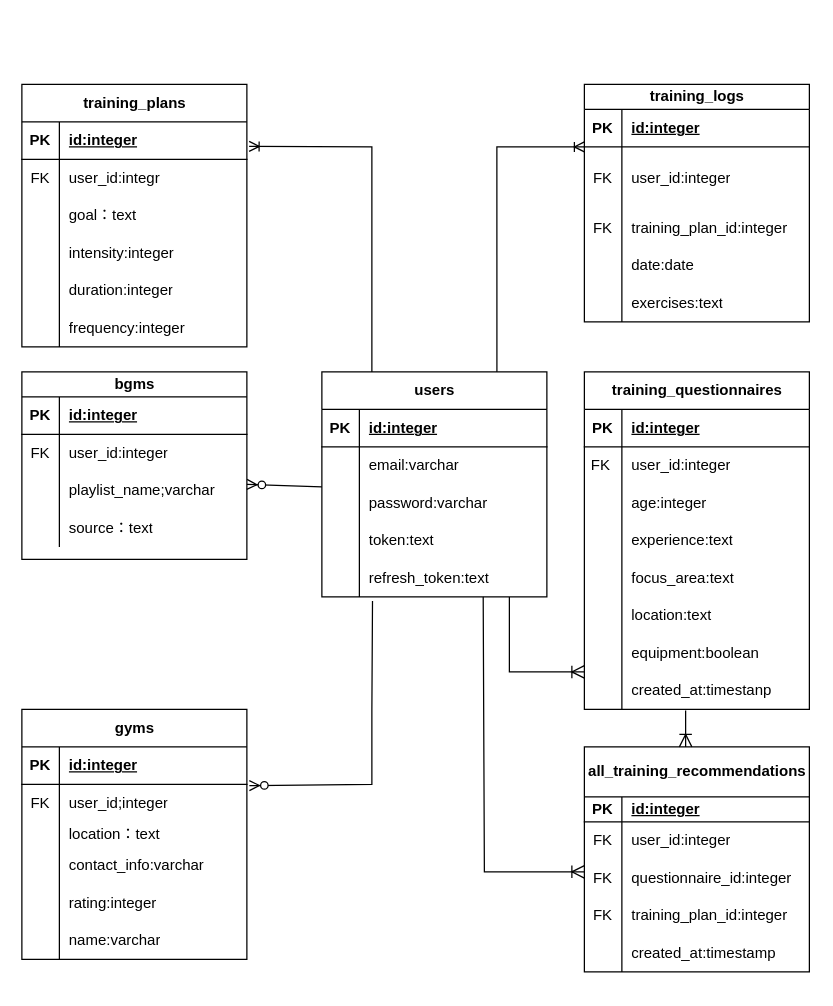
This is 名称未設定ファイル.drawio from yoshihiro1019/FitAIPlanner, a draw.io file, before an edit. Source tidied: cells renumbered, new cells numbered last; positions are measured from the earlier drawing's top-left corner, leaving out a move shared by most shapes. Both pictures are drawn from the tidied source at 125%, with x=0, y=0 at pixel (21, 84).
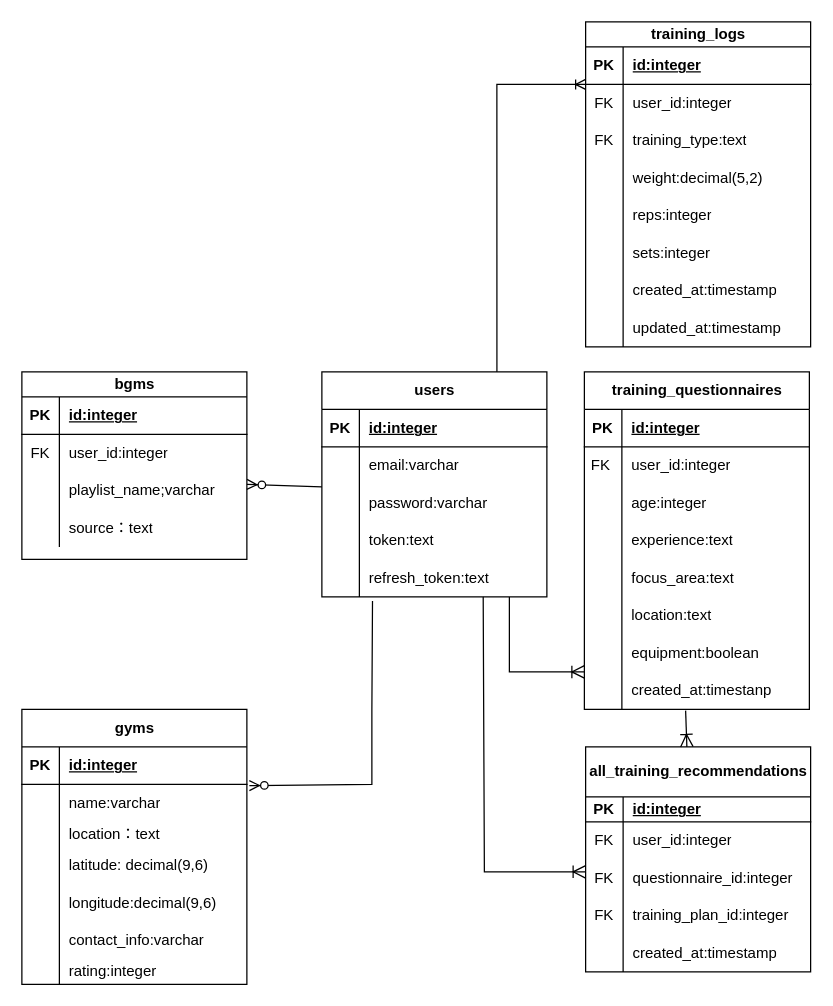
The same diagram, later.

Commit message (it also covers changes not shown here):
名称未設定ファイル.drawio を更新します

The change refers to these unchanged cells:
```xml
<mxCell id="54" style="shape=tableRow;horizontal=0;startSize=0;swimlaneHead=0;swimlaneBody=0;fillColor=none;points=[[0,0.5],[1,0.5]];portConstraint=eastwest;top=0;left=0;right=0;bottom=0;" parent="50" vertex="1">
  <mxGeometry y="60" width="180" height="30" as="geometry" />
</mxCell>
<mxCell id="60" style="shape=tableRow;horizontal=0;startSize=0;swimlaneHead=0;swimlaneBody=0;fillColor=none;top=0;left=0;right=0;bottom=0;" parent="50" vertex="1">
  <mxGeometry y="110" width="180" height="30" as="geometry" />
</mxCell>
<mxCell id="63" style="shape=tableRow;horizontal=0;startSize=0;swimlaneHead=0;swimlaneBody=0;fillColor=none;top=0;left=0;right=0;bottom=0;" parent="50" vertex="1">
  <mxGeometry y="140" width="180" height="30" as="geometry" />
</mxCell>
<mxCell id="66" style="shape=tableRow;horizontal=0;startSize=0;swimlaneHead=0;swimlaneBody=0;fillColor=none;top=0;left=0;right=0;bottom=0;" parent="50" vertex="1">
  <mxGeometry y="170" width="180" height="30" as="geometry" />
</mxCell>
<mxCell id="114" value="users" style="shape=table;startSize=30;childLayout=tableLayout;rowLines=0;fontStyle=1;align=center;html=1;" parent="1" vertex="1">
  <mxGeometry x="240" y="230" width="180" height="180" as="geometry" />
</mxCell>
```

Change to the diagram source:
```diff
@@
-    <mxCell id="2" value="training_plans" style="shape=table;startSize=30;childLayout=tableLayout;rowLines=0;fontStyle=1;align=center;html=1;" parent="1" vertex="1">
-      <mxGeometry width="180" height="210" as="geometry" />
-    </mxCell>
-    <mxCell id="3" style="shape=tableRow;horizontal=0;startSize=0;swimlaneHead=0;swimlaneBody=0;fillColor=none;points=[[0,0.5],[1,0.5]];portConstraint=eastwest;top=0;left=0;right=0;bottom=1;" parent="2" vertex="1">
-      <mxGeometry y="30" width="180" height="30" as="geometry" />
-    </mxCell>
-    <mxCell id="4" value="PK" style="shape=partialRectangle;fillColor=none;top=0;left=0;bottom=0;right=0;fontStyle=1;overflow=hidden;whiteSpace=wrap;html=1;" parent="3" vertex="1">
-      <mxGeometry width="30" height="30" as="geometry" />
-    </mxCell>
-    <mxCell id="5" value="id:integer" style="shape=partialRectangle;fillColor=none;top=0;left=0;bottom=0;right=0;align=left;spacingLeft=6;fontStyle=5;overflow=hidden;whiteSpace=wrap;html=1;" parent="3" vertex="1">
-      <mxGeometry x="30" width="150" height="30" as="geometry" />
-    </mxCell>
-    <mxCell id="6" style="shape=tableRow;horizontal=0;startSize=0;swimlaneHead=0;swimlaneBody=0;fillColor=none;top=0;left=0;right=0;bottom=0;" parent="2" vertex="1">
-      <mxGeometry y="60" width="180" height="30" as="geometry" />
-    </mxCell>
-    <mxCell id="7" value="FK" style="shape=partialRectangle;fillColor=none;top=0;left=0;bottom=0;right=0;overflow=hidden;whiteSpace=wrap;html=1;" parent="6" vertex="1">
-      <mxGeometry width="30" height="30" as="geometry" />
-    </mxCell>
-    <mxCell id="8" value="user_id:integr" style="shape=partialRectangle;fillColor=none;top=0;left=0;bottom=0;right=0;align=left;spacingLeft=6;overflow=hidden;whiteSpace=wrap;html=1;" parent="6" vertex="1">
-      <mxGeometry x="30" width="150" height="30" as="geometry" />
-    </mxCell>
-    <mxCell id="9" style="shape=tableRow;horizontal=0;startSize=0;swimlaneHead=0;swimlaneBody=0;fillColor=none;top=0;left=0;right=0;bottom=0;" parent="2" vertex="1">
-      <mxGeometry y="90" width="180" height="30" as="geometry" />
-    </mxCell>
-    <mxCell id="10" style="shape=partialRectangle;fillColor=none;top=0;left=0;bottom=0;right=0;overflow=hidden;whiteSpace=wrap;html=1;" parent="9" vertex="1">
-      <mxGeometry width="30" height="30" as="geometry" />
-    </mxCell>
-    <mxCell id="11" value="goal：text" style="shape=partialRectangle;fillColor=none;top=0;left=0;bottom=0;right=0;align=left;spacingLeft=6;overflow=hidden;whiteSpace=wrap;html=1;" parent="9" vertex="1">
-      <mxGeometry x="30" width="150" height="30" as="geometry" />
-    </mxCell>
-    <mxCell id="12" style="shape=tableRow;horizontal=0;startSize=0;swimlaneHead=0;swimlaneBody=0;fillColor=none;top=0;left=0;right=0;bottom=0;" parent="2" vertex="1">
-      <mxGeometry y="120" width="180" height="30" as="geometry" />
-    </mxCell>
-    <mxCell id="13" style="shape=partialRectangle;fillColor=none;top=0;left=0;bottom=0;right=0;overflow=hidden;whiteSpace=wrap;html=1;" parent="12" vertex="1">
-      <mxGeometry width="30" height="30" as="geometry" />
-    </mxCell>
-    <mxCell id="14" value="intensity:integer" style="shape=partialRectangle;fillColor=none;top=0;left=0;bottom=0;right=0;align=left;spacingLeft=6;overflow=hidden;whiteSpace=wrap;html=1;" parent="12" vertex="1">
-      <mxGeometry x="30" width="150" height="30" as="geometry" />
-    </mxCell>
-    <mxCell id="15" style="shape=tableRow;horizontal=0;startSize=0;swimlaneHead=0;swimlaneBody=0;fillColor=none;top=0;left=0;right=0;bottom=0;" parent="2" vertex="1">
-      <mxGeometry y="150" width="180" height="30" as="geometry" />
-    </mxCell>
-    <mxCell id="16" style="shape=partialRectangle;fillColor=none;top=0;left=0;bottom=0;right=0;overflow=hidden;whiteSpace=wrap;html=1;" parent="15" vertex="1">
-      <mxGeometry width="30" height="30" as="geometry" />
-    </mxCell>
-    <mxCell id="17" value="duration:integer" style="shape=partialRectangle;fillColor=none;top=0;left=0;bottom=0;right=0;align=left;spacingLeft=6;overflow=hidden;whiteSpace=wrap;html=1;" parent="15" vertex="1">
-      <mxGeometry x="30" width="150" height="30" as="geometry" />
-    </mxCell>
-    <mxCell id="18" style="shape=tableRow;horizontal=0;startSize=0;swimlaneHead=0;swimlaneBody=0;fillColor=none;top=0;left=0;right=0;bottom=0;" parent="2" vertex="1">
-      <mxGeometry y="180" width="180" height="30" as="geometry" />
-    </mxCell>
-    <mxCell id="19" style="shape=partialRectangle;fillColor=none;top=0;left=0;bottom=0;right=0;overflow=hidden;whiteSpace=wrap;html=1;" parent="18" vertex="1">
-      <mxGeometry width="30" height="30" as="geometry" />
-    </mxCell>
-    <mxCell id="20" value="frequency:integer" style="shape=partialRectangle;fillColor=none;top=0;left=0;bottom=0;right=0;align=left;spacingLeft=6;overflow=hidden;whiteSpace=wrap;html=1;" parent="18" vertex="1">
-      <mxGeometry x="30" width="150" height="30" as="geometry" />
-    </mxCell>
-    <mxCell id="21" value="training_logs" style="shape=table;startSize=20;childLayout=tableLayout;rowLines=0;fontStyle=1;align=center;html=1;" parent="1" vertex="1">
-      <mxGeometry x="450" width="180" height="190" as="geometry" />
-    </mxCell>
-    <mxCell id="22" style="shape=tableRow;horizontal=0;startSize=0;swimlaneHead=0;swimlaneBody=0;fillColor=none;top=0;left=0;right=0;bottom=1;" parent="21" vertex="1">
-      <mxGeometry y="20" width="180" height="30" as="geometry" />
-    </mxCell>
-    <mxCell id="23" value="PK" style="shape=partialRectangle;fillColor=none;top=0;left=0;bottom=0;right=0;fontStyle=1;overflow=hidden;whiteSpace=wrap;html=1;" parent="22" vertex="1">
-      <mxGeometry width="30" height="30" as="geometry" />
-    </mxCell>
-    <mxCell id="24" value="id:integer" style="shape=partialRectangle;fillColor=none;top=0;left=0;bottom=0;right=0;align=left;spacingLeft=6;fontStyle=5;overflow=hidden;whiteSpace=wrap;html=1;" parent="22" vertex="1">
-      <mxGeometry x="30" width="150" height="30" as="geometry" />
-    </mxCell>
-    <mxCell id="25" style="shape=tableRow;horizontal=0;startSize=0;swimlaneHead=0;swimlaneBody=0;fillColor=none;points=[[0,0.5],[1,0.5]];portConstraint=eastwest;top=0;left=0;right=0;bottom=0;" parent="21" vertex="1">
-      <mxGeometry y="50" width="180" height="50" as="geometry" />
-    </mxCell>
-    <mxCell id="26" value="FK" style="shape=partialRectangle;fillColor=none;top=0;left=0;bottom=0;right=0;overflow=hidden;whiteSpace=wrap;html=1;" parent="25" vertex="1">
-      <mxGeometry width="30" height="50" as="geometry" />
-    </mxCell>
-    <mxCell id="27" value="user_id:integer" style="shape=partialRectangle;fillColor=none;top=0;left=0;bottom=0;right=0;align=left;spacingLeft=6;overflow=hidden;whiteSpace=wrap;html=1;" parent="25" vertex="1">
-      <mxGeometry x="30" width="150" height="50" as="geometry" />
-    </mxCell>
-    <mxCell id="28" style="shape=tableRow;horizontal=0;startSize=0;swimlaneHead=0;swimlaneBody=0;fillColor=none;top=0;left=0;right=0;bottom=0;" parent="21" vertex="1">
-      <mxGeometry y="100" width="180" height="30" as="geometry" />
-    </mxCell>
-    <mxCell id="29" value="FK" style="shape=partialRectangle;fillColor=none;top=0;left=0;bottom=0;right=0;overflow=hidden;whiteSpace=wrap;html=1;" parent="28" vertex="1">
-      <mxGeometry width="30" height="30" as="geometry" />
-    </mxCell>
-    <mxCell id="30" value="training_plan_id:integer" style="shape=partialRectangle;fillColor=none;top=0;left=0;bottom=0;right=0;align=left;spacingLeft=6;overflow=hidden;whiteSpace=wrap;html=1;" parent="28" vertex="1">
-      <mxGeometry x="30" width="150" height="30" as="geometry" />
-    </mxCell>
-    <mxCell id="31" style="shape=tableRow;horizontal=0;startSize=0;swimlaneHead=0;swimlaneBody=0;fillColor=none;top=0;left=0;right=0;bottom=0;" parent="21" vertex="1">
-      <mxGeometry y="130" width="180" height="30" as="geometry" />
-    </mxCell>
-    <mxCell id="32" style="shape=partialRectangle;fillColor=none;top=0;left=0;bottom=0;right=0;overflow=hidden;whiteSpace=wrap;html=1;" parent="31" vertex="1">
-      <mxGeometry width="30" height="30" as="geometry" />
-    </mxCell>
-    <mxCell id="33" value="date:date" style="shape=partialRectangle;fillColor=none;top=0;left=0;bottom=0;right=0;align=left;spacingLeft=6;overflow=hidden;whiteSpace=wrap;html=1;" parent="31" vertex="1">
-      <mxGeometry x="30" width="150" height="30" as="geometry" />
-    </mxCell>
-    <mxCell id="34" style="shape=tableRow;horizontal=0;startSize=0;swimlaneHead=0;swimlaneBody=0;fillColor=none;top=0;left=0;right=0;bottom=0;" parent="21" vertex="1">
-      <mxGeometry y="160" width="180" height="30" as="geometry" />
-    </mxCell>
-    <mxCell id="35" style="shape=partialRectangle;fillColor=none;top=0;left=0;bottom=0;right=0;overflow=hidden;whiteSpace=wrap;html=1;" parent="34" vertex="1">
-      <mxGeometry width="30" height="30" as="geometry" />
-    </mxCell>
-    <mxCell id="36" value="exercises:text" style="shape=partialRectangle;fillColor=none;top=0;left=0;bottom=0;right=0;align=left;spacingLeft=6;overflow=hidden;whiteSpace=wrap;html=1;" parent="34" vertex="1">
-      <mxGeometry x="30" width="150" height="30" as="geometry" />
-    </mxCell>
@@
     <mxCell id="50" value="gyms" style="shape=table;startSize=30;childLayout=tableLayout;rowLines=0;fontStyle=1;align=center;html=1;" parent="1" vertex="1">
-      <mxGeometry y="500" width="180" height="200" as="geometry" />
+      <mxGeometry y="500" width="180" height="220" as="geometry" />
     </mxCell>
@@
-    <mxCell id="55" value="FK" style="shape=partialRectangle;fillColor=none;top=0;left=0;bottom=0;right=0;overflow=hidden;whiteSpace=wrap;html=1;" parent="54" vertex="1">
+    <mxCell id="55" style="shape=partialRectangle;fillColor=none;top=0;left=0;bottom=0;right=0;overflow=hidden;whiteSpace=wrap;html=1;" parent="54" vertex="1">
       <mxGeometry width="30" height="30" as="geometry" />
     </mxCell>
-    <mxCell id="56" value="user_id;integer" style="shape=partialRectangle;fillColor=none;top=0;left=0;bottom=0;right=0;align=left;spacingLeft=6;overflow=hidden;whiteSpace=wrap;html=1;" parent="54" vertex="1">
+    <mxCell id="56" value="name:varchar" style="shape=partialRectangle;fillColor=none;top=0;left=0;bottom=0;right=0;align=left;spacingLeft=6;overflow=hidden;whiteSpace=wrap;html=1;" parent="54" vertex="1">
       <mxGeometry x="30" width="150" height="30" as="geometry" />
     </mxCell>
@@
-    <mxCell id="62" value="contact_info:varchar" style="shape=partialRectangle;fillColor=none;top=0;left=0;bottom=0;right=0;align=left;spacingLeft=6;overflow=hidden;whiteSpace=wrap;html=1;" parent="60" vertex="1">
+    <mxCell id="62" value="latitude:&amp;nbsp;decimal(9,6)" style="shape=partialRectangle;fillColor=none;top=0;left=0;bottom=0;right=0;align=left;spacingLeft=6;overflow=hidden;whiteSpace=wrap;html=1;" parent="60" vertex="1">
       <mxGeometry x="30" width="150" height="30" as="geometry" />
     </mxCell>
@@
-    <mxCell id="65" value="rating:integer" style="shape=partialRectangle;fillColor=none;top=0;left=0;bottom=0;right=0;align=left;spacingLeft=6;overflow=hidden;whiteSpace=wrap;html=1;" parent="63" vertex="1">
+    <mxCell id="65" value="longitude:decimal(9,6)" style="shape=partialRectangle;fillColor=none;top=0;left=0;bottom=0;right=0;align=left;spacingLeft=6;overflow=hidden;whiteSpace=wrap;html=1;" parent="63" vertex="1">
       <mxGeometry x="30" width="150" height="30" as="geometry" />
     </mxCell>
@@
-    <mxCell id="68" value="name:varchar" style="shape=partialRectangle;fillColor=none;top=0;left=0;bottom=0;right=0;align=left;spacingLeft=6;overflow=hidden;whiteSpace=wrap;html=1;" parent="66" vertex="1">
+    <mxCell id="68" value="contact_info:varchar" style="shape=partialRectangle;fillColor=none;top=0;left=0;bottom=0;right=0;align=left;spacingLeft=6;overflow=hidden;whiteSpace=wrap;html=1;" parent="66" vertex="1">
       <mxGeometry x="30" width="150" height="30" as="geometry" />
     </mxCell>
-    <mxCell id="69" style="fontSize=12;html=1;endArrow=ERoneToMany;rounded=0;entryX=1.01;entryY=0.653;entryDx=0;entryDy=0;entryPerimeter=0;" parent="1" edge="1" target="3">
-      <mxGeometry relative="1" as="geometry">
-        <mxPoint x="280" y="240" as="sourcePoint" />
-        <Array as="points">
-          <mxPoint x="280" y="160" />
-          <mxPoint x="280" y="50" />
-        </Array>
-      </mxGeometry>
-    </mxCell>
+    <mxCell id="133" style="shape=tableRow;horizontal=0;startSize=0;swimlaneHead=0;swimlaneBody=0;fillColor=none;top=0;left=0;right=0;bottom=0;" parent="50" vertex="1">
+      <mxGeometry y="200" width="180" height="20" as="geometry" />
+    </mxCell>
+    <mxCell id="134" style="shape=partialRectangle;fillColor=none;top=0;left=0;bottom=0;right=0;overflow=hidden;whiteSpace=wrap;html=1;" parent="133" vertex="1">
+      <mxGeometry width="30" height="20" as="geometry" />
+    </mxCell>
+    <mxCell id="135" value="rating:integer" style="shape=partialRectangle;fillColor=none;top=0;left=0;bottom=0;right=0;align=left;spacingLeft=6;overflow=hidden;whiteSpace=wrap;html=1;" parent="133" vertex="1">
+      <mxGeometry x="30" width="150" height="20" as="geometry" />
+    </mxCell>
     <mxCell id="70" style="fontSize=12;html=1;endArrow=ERoneToMany;rounded=0;entryX=0;entryY=0;entryDx=0;entryDy=0;entryPerimeter=0;exitX=0.778;exitY=0;exitDx=0;exitDy=0;exitPerimeter=0;" parent="1" edge="1" source="114" target="25">
       <mxGeometry relative="1" as="geometry">
         <Array as="points">
-          <mxPoint x="380" y="50" />
+          <mxPoint x="380" />
         </Array>
       </mxGeometry>
     </mxCell>
@@
     <mxCell id="98" value="all_training_recommendations" style="shape=table;startSize=40;childLayout=tableLayout;rowLines=0;fontStyle=1;align=center;html=1;" parent="1" vertex="1">
-      <mxGeometry x="450" y="530" width="180" height="180" as="geometry" />
+      <mxGeometry x="451" y="530" width="180" height="180" as="geometry" />
     </mxCell>
@@
+    <mxCell id="21" value="training_logs" style="shape=table;startSize=20;childLayout=tableLayout;rowLines=0;fontStyle=1;align=center;html=1;" parent="1" vertex="1">
+      <mxGeometry x="451" y="-50" width="180" height="260" as="geometry" />
+    </mxCell>
+    <mxCell id="22" style="shape=tableRow;horizontal=0;startSize=0;swimlaneHead=0;swimlaneBody=0;fillColor=none;top=0;left=0;right=0;bottom=1;" parent="21" vertex="1">
+      <mxGeometry y="20" width="180" height="30" as="geometry" />
+    </mxCell>
+    <mxCell id="23" value="PK" style="shape=partialRectangle;fillColor=none;top=0;left=0;bottom=0;right=0;fontStyle=1;overflow=hidden;whiteSpace=wrap;html=1;" parent="22" vertex="1">
+      <mxGeometry width="30" height="30" as="geometry" />
+    </mxCell>
+    <mxCell id="24" value="id:integer" style="shape=partialRectangle;fillColor=none;top=0;left=0;bottom=0;right=0;align=left;spacingLeft=6;fontStyle=5;overflow=hidden;whiteSpace=wrap;html=1;" parent="22" vertex="1">
+      <mxGeometry x="30" width="150" height="30" as="geometry" />
+    </mxCell>
+    <mxCell id="25" style="shape=tableRow;horizontal=0;startSize=0;swimlaneHead=0;swimlaneBody=0;fillColor=none;points=[[0,0.5],[1,0.5]];portConstraint=eastwest;top=0;left=0;right=0;bottom=0;" parent="21" vertex="1">
+      <mxGeometry y="50" width="180" height="30" as="geometry" />
+    </mxCell>
+    <mxCell id="26" value="FK" style="shape=partialRectangle;fillColor=none;top=0;left=0;bottom=0;right=0;overflow=hidden;whiteSpace=wrap;html=1;" parent="25" vertex="1">
+      <mxGeometry width="30" height="30" as="geometry" />
+    </mxCell>
+    <mxCell id="27" value="user_id:integer" style="shape=partialRectangle;fillColor=none;top=0;left=0;bottom=0;right=0;align=left;spacingLeft=6;overflow=hidden;whiteSpace=wrap;html=1;" parent="25" vertex="1">
+      <mxGeometry x="30" width="150" height="30" as="geometry" />
+    </mxCell>
+    <mxCell id="28" style="shape=tableRow;horizontal=0;startSize=0;swimlaneHead=0;swimlaneBody=0;fillColor=none;top=0;left=0;right=0;bottom=0;" parent="21" vertex="1">
+      <mxGeometry y="80" width="180" height="30" as="geometry" />
+    </mxCell>
+    <mxCell id="29" value="FK" style="shape=partialRectangle;fillColor=none;top=0;left=0;bottom=0;right=0;overflow=hidden;whiteSpace=wrap;html=1;" parent="28" vertex="1">
+      <mxGeometry width="30" height="30" as="geometry" />
+    </mxCell>
+    <mxCell id="30" value="training_type:text" style="shape=partialRectangle;fillColor=none;top=0;left=0;bottom=0;right=0;align=left;spacingLeft=6;overflow=hidden;whiteSpace=wrap;html=1;" parent="28" vertex="1">
+      <mxGeometry x="30" width="150" height="30" as="geometry" />
+    </mxCell>
+    <mxCell id="31" style="shape=tableRow;horizontal=0;startSize=0;swimlaneHead=0;swimlaneBody=0;fillColor=none;top=0;left=0;right=0;bottom=0;" parent="21" vertex="1">
+      <mxGeometry y="110" width="180" height="30" as="geometry" />
+    </mxCell>
+    <mxCell id="32" style="shape=partialRectangle;fillColor=none;top=0;left=0;bottom=0;right=0;overflow=hidden;whiteSpace=wrap;html=1;" parent="31" vertex="1">
+      <mxGeometry width="30" height="30" as="geometry" />
+    </mxCell>
+    <mxCell id="33" value="weight:decimal(5,2)" style="shape=partialRectangle;fillColor=none;top=0;left=0;bottom=0;right=0;align=left;spacingLeft=6;overflow=hidden;whiteSpace=wrap;html=1;" parent="31" vertex="1">
+      <mxGeometry x="30" width="150" height="30" as="geometry" />
+    </mxCell>
+    <mxCell id="34" style="shape=tableRow;horizontal=0;startSize=0;swimlaneHead=0;swimlaneBody=0;fillColor=none;top=0;left=0;right=0;bottom=0;" parent="21" vertex="1">
+      <mxGeometry y="140" width="180" height="30" as="geometry" />
+    </mxCell>
+    <mxCell id="35" style="shape=partialRectangle;fillColor=none;top=0;left=0;bottom=0;right=0;overflow=hidden;whiteSpace=wrap;html=1;" parent="34" vertex="1">
+      <mxGeometry width="30" height="30" as="geometry" />
+    </mxCell>
+    <mxCell id="36" value="reps:integer" style="shape=partialRectangle;fillColor=none;top=0;left=0;bottom=0;right=0;align=left;spacingLeft=6;overflow=hidden;whiteSpace=wrap;html=1;" parent="34" vertex="1">
+      <mxGeometry x="30" width="150" height="30" as="geometry" />
+    </mxCell>
+    <mxCell id="136" style="shape=tableRow;horizontal=0;startSize=0;swimlaneHead=0;swimlaneBody=0;fillColor=none;top=0;left=0;right=0;bottom=0;" parent="21" vertex="1">
+      <mxGeometry y="170" width="180" height="30" as="geometry" />
+    </mxCell>
+    <mxCell id="137" style="shape=partialRectangle;fillColor=none;top=0;left=0;bottom=0;right=0;overflow=hidden;whiteSpace=wrap;html=1;" parent="136" vertex="1">
+      <mxGeometry width="30" height="30" as="geometry" />
+    </mxCell>
+    <mxCell id="138" value="sets:integer" style="shape=partialRectangle;fillColor=none;top=0;left=0;bottom=0;right=0;align=left;spacingLeft=6;overflow=hidden;whiteSpace=wrap;html=1;" parent="136" vertex="1">
+      <mxGeometry x="30" width="150" height="30" as="geometry" />
+    </mxCell>
+    <mxCell id="139" style="shape=tableRow;horizontal=0;startSize=0;swimlaneHead=0;swimlaneBody=0;fillColor=none;top=0;left=0;right=0;bottom=0;" parent="21" vertex="1">
+      <mxGeometry y="200" width="180" height="30" as="geometry" />
+    </mxCell>
+    <mxCell id="140" style="shape=partialRectangle;fillColor=none;top=0;left=0;bottom=0;right=0;overflow=hidden;whiteSpace=wrap;html=1;" parent="139" vertex="1">
+      <mxGeometry width="30" height="30" as="geometry" />
+    </mxCell>
+    <mxCell id="141" value="created_at:timestamp" style="shape=partialRectangle;fillColor=none;top=0;left=0;bottom=0;right=0;align=left;spacingLeft=6;overflow=hidden;whiteSpace=wrap;html=1;" parent="139" vertex="1">
+      <mxGeometry x="30" width="150" height="30" as="geometry" />
+    </mxCell>
+    <mxCell id="142" style="shape=tableRow;horizontal=0;startSize=0;swimlaneHead=0;swimlaneBody=0;fillColor=none;top=0;left=0;right=0;bottom=0;" parent="21" vertex="1">
+      <mxGeometry y="230" width="180" height="30" as="geometry" />
+    </mxCell>
+    <mxCell id="143" style="shape=partialRectangle;fillColor=none;top=0;left=0;bottom=0;right=0;overflow=hidden;whiteSpace=wrap;html=1;" parent="142" vertex="1">
+      <mxGeometry width="30" height="30" as="geometry" />
+    </mxCell>
+    <mxCell id="144" value="updated_at:timestamp" style="shape=partialRectangle;fillColor=none;top=0;left=0;bottom=0;right=0;align=left;spacingLeft=6;overflow=hidden;whiteSpace=wrap;html=1;" parent="142" vertex="1">
+      <mxGeometry x="30" width="150" height="30" as="geometry" />
+    </mxCell>
```
